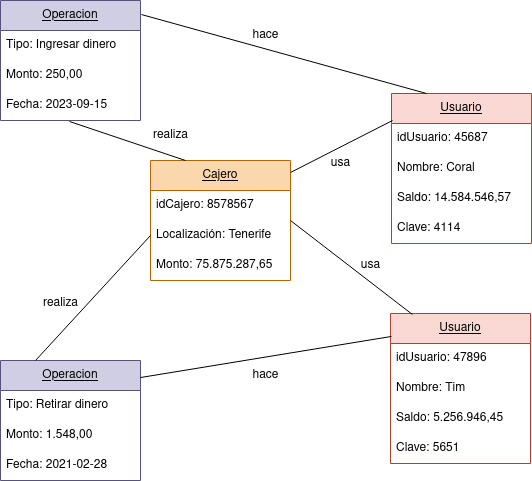
Above: diagramas/tarea6 (cajero automatico)/diagrama_objetos_cajero_automatico.png in Chugani05/entorno_de_desarrollo (draw.io), before the change. Source tidied: cells renumbered, new cells last; positions are measured from the earlier drawing's top-left corner, leaving out a move shared by most shapes.
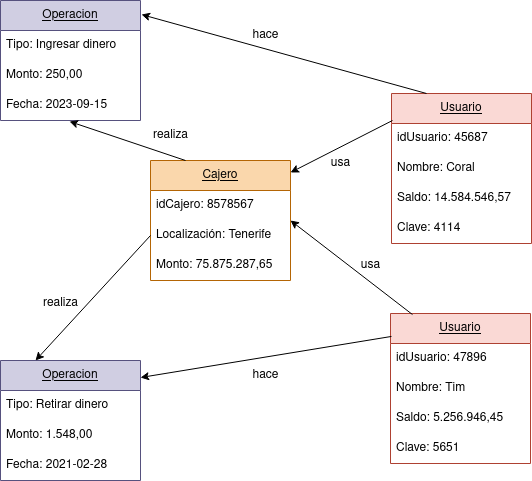
Above is the later version.

What changed in the source:
```diff
@@ -68,24 +68,24 @@
     <mxCell id="23" value="Fecha: 2021-02-28" style="text;strokeColor=none;fillColor=none;align=left;verticalAlign=middle;spacingLeft=4;spacingRight=4;overflow=hidden;whiteSpace=wrap;html=1;" parent="20" vertex="1">
       <mxGeometry y="90" width="140" height="30" as="geometry" />
     </mxCell>
-    <mxCell id="24" style="endArrow=none;html=1;rounded=0;entryX=1.007;entryY=0.117;entryDx=0;entryDy=0;entryPerimeter=0;exitX=0.25;exitY=0;exitDx=0;exitDy=0;" parent="1" edge="1" source="2" target="7">
+    <mxCell id="24" style="endArrow=classic;html=1;rounded=0;entryX=1.007;entryY=0.117;entryDx=0;entryDy=0;entryPerimeter=0;exitX=0.25;exitY=0;exitDx=0;exitDy=0;startArrow=none;startFill=0;endFill=1;" parent="1" edge="1" source="2" target="7">
       <mxGeometry relative="1" as="geometry" />
     </mxCell>
-    <mxCell id="25" style="endArrow=none;html=1;rounded=0;exitX=0.007;exitY=0.153;exitDx=0;exitDy=0;exitPerimeter=0;entryX=1;entryY=0.142;entryDx=0;entryDy=0;entryPerimeter=0;" parent="1" edge="1" source="15" target="20">
+    <mxCell id="25" style="endArrow=classic;html=1;rounded=0;exitX=0.007;exitY=0.153;exitDx=0;exitDy=0;exitPerimeter=0;entryX=1;entryY=0.142;entryDx=0;entryDy=0;entryPerimeter=0;endFill=1;" parent="1" edge="1" source="15" target="20">
       <mxGeometry relative="1" as="geometry" />
     </mxCell>
-    <mxCell id="26" style="endArrow=none;html=1;rounded=0;entryX=0.007;entryY=0.18;entryDx=0;entryDy=0;entryPerimeter=0;exitX=1;exitY=0.1;exitDx=0;exitDy=0;exitPerimeter=0;" parent="1" edge="1" source="11" target="2">
+    <mxCell id="26" style="endArrow=none;html=1;rounded=0;entryX=0.007;entryY=0.18;entryDx=0;entryDy=0;entryPerimeter=0;exitX=1;exitY=0.1;exitDx=0;exitDy=0;exitPerimeter=0;startArrow=classic;startFill=1;" parent="1" edge="1" source="11" target="2">
       <mxGeometry relative="1" as="geometry" />
     </mxCell>
-    <mxCell id="27" style="endArrow=none;html=1;rounded=0;entryX=0.157;entryY=0.007;entryDx=0;entryDy=0;entryPerimeter=0;" parent="1" edge="1" target="15">
+    <mxCell id="27" style="endArrow=none;html=1;rounded=0;entryX=0.157;entryY=0.007;entryDx=0;entryDy=0;entryPerimeter=0;startArrow=classic;startFill=1;" parent="1" edge="1" target="15">
       <mxGeometry relative="1" as="geometry">
         <mxPoint x="290" y="220" as="sourcePoint" />
       </mxGeometry>
     </mxCell>
-    <mxCell id="28" style="endArrow=none;html=1;rounded=0;exitX=0.25;exitY=0;exitDx=0;exitDy=0;entryX=0;entryY=0.5;entryDx=0;entryDy=0;" parent="1" edge="1" source="20" target="13">
+    <mxCell id="28" style="endArrow=none;html=1;rounded=0;exitX=0.25;exitY=0;exitDx=0;exitDy=0;entryX=0;entryY=0.5;entryDx=0;entryDy=0;startArrow=classic;startFill=1;" parent="1" edge="1" source="20" target="13">
       <mxGeometry relative="1" as="geometry" />
     </mxCell>
-    <mxCell id="29" style="endArrow=none;html=1;rounded=0;entryX=0.25;entryY=0;entryDx=0;entryDy=0;exitX=0.493;exitY=1.033;exitDx=0;exitDy=0;exitPerimeter=0;" parent="1" edge="1" source="10" target="11">
+    <mxCell id="29" style="endArrow=none;html=1;rounded=0;entryX=0.25;entryY=0;entryDx=0;entryDy=0;exitX=0.493;exitY=1.033;exitDx=0;exitDy=0;exitPerimeter=0;startArrow=classic;startFill=1;" parent="1" edge="1" source="10" target="11">
       <mxGeometry relative="1" as="geometry" />
     </mxCell>
     <mxCell id="30" value="hace" style="text;html=1;align=center;verticalAlign=middle;strokeColor=none;fillColor=none;" parent="1" vertex="1">
```
